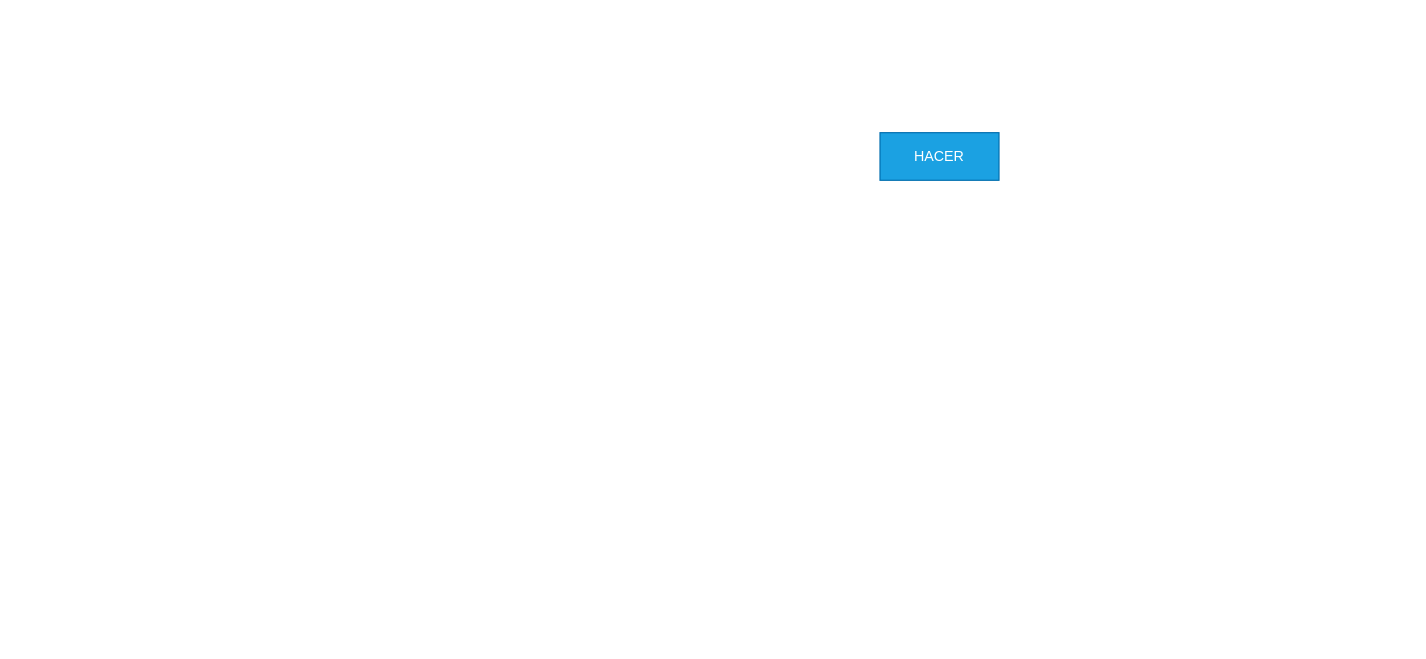
Before: DER.drawio in MarioSigal/TPs-Laboratorio_de_Datos, a draw.io diagram. Source tidied: cells renumbered, new cells numbered last; positions are measured from the earlier drawing's top-left corner, leaving out a move shared by most shapes. Both pictures are drawn from the tidied source at 119%, with x=0, y=0 at pixel (879, 132).
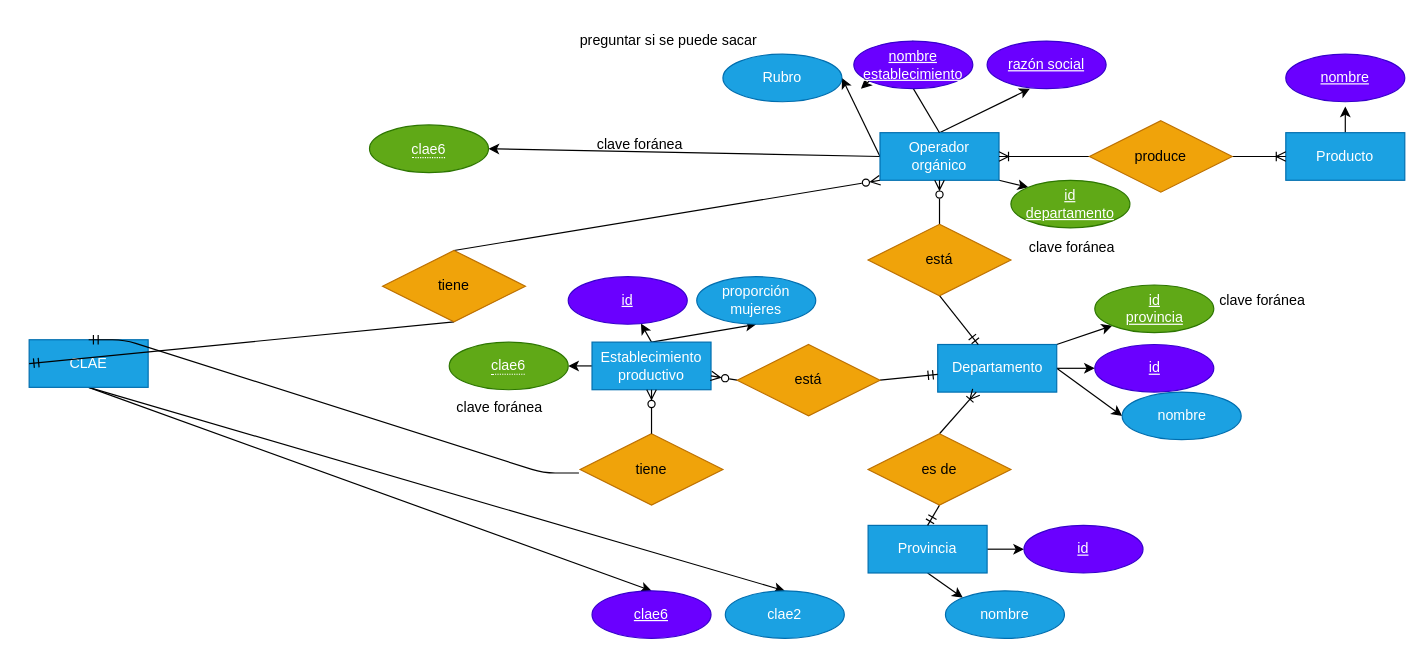
The same page after the edit.

Change to the diagram source:
```diff
@@
+    <mxCell id="3" style="edgeStyle=none;html=1;exitX=0;exitY=0.5;exitDx=0;exitDy=0;entryX=1;entryY=0.5;entryDx=0;entryDy=0;strokeColor=#000000;" parent="1" edge="1" source="2" target="52">
+      <mxGeometry relative="1" as="geometry" />
+    </mxCell>
+    <mxCell id="4" style="edgeStyle=none;html=1;exitX=0.5;exitY=0;exitDx=0;exitDy=0;entryX=0.5;entryY=1;entryDx=0;entryDy=0;strokeColor=#000000;startArrow=none;" parent="1" edge="1" source="42">
+      <mxGeometry relative="1" as="geometry">
+        <mxPoint x="-16" y="-37" as="targetPoint" />
+      </mxGeometry>
+    </mxCell>
+    <mxCell id="5" style="edgeStyle=none;html=1;exitX=0.5;exitY=0;exitDx=0;exitDy=0;entryX=0.5;entryY=1;entryDx=0;entryDy=0;strokeColor=#000000;" parent="1" edge="1" source="2">
+      <mxGeometry relative="1" as="geometry">
+        <mxPoint x="126" y="-37" as="targetPoint" />
+      </mxGeometry>
+    </mxCell>
+    <mxCell id="6" style="edgeStyle=none;html=1;exitX=1;exitY=1;exitDx=0;exitDy=0;entryX=0;entryY=0;entryDx=0;entryDy=0;strokeColor=#000000;fontColor=#000000;startArrow=none;startFill=0;endArrow=classic;endFill=1;" parent="1" edge="1" source="2" target="57">
+      <mxGeometry relative="1" as="geometry" />
+    </mxCell>
+    <mxCell id="7" style="edgeStyle=none;html=1;exitX=0;exitY=0.5;exitDx=0;exitDy=0;entryX=1;entryY=0.5;entryDx=0;entryDy=0;strokeColor=#000000;fontColor=#000000;startArrow=none;startFill=0;endArrow=classic;endFill=1;" parent="1" edge="1" source="2" target="61">
+      <mxGeometry relative="1" as="geometry" />
+    </mxCell>
-    <mxCell id="2" value="HACER" style="whiteSpace=wrap;html=1;align=center;fillColor=#1ba1e2;fontColor=#ffffff;strokeColor=#006EAF;" parent="1" vertex="1">
+    <mxCell id="2" value="Operador&lt;br&gt;orgánico" style="whiteSpace=wrap;html=1;align=center;fillColor=#1ba1e2;fontColor=#ffffff;strokeColor=#006EAF;" parent="1" vertex="1">
       <mxGeometry width="100" height="40" as="geometry" />
     </mxCell>
+    <mxCell id="8" style="edgeStyle=none;html=1;exitX=0.5;exitY=0;exitDx=0;exitDy=0;strokeColor=#000000;" parent="1" edge="1" source="9">
+      <mxGeometry relative="1" as="geometry">
+        <mxPoint x="391" y="-22" as="targetPoint" />
+      </mxGeometry>
+    </mxCell>
+    <mxCell id="9" value="Producto" style="whiteSpace=wrap;html=1;align=center;fillColor=#1ba1e2;fontColor=#ffffff;strokeColor=#006EAF;" parent="1" vertex="1">
+      <mxGeometry x="341" width="100" height="40" as="geometry" />
+    </mxCell>
+    <mxCell id="10" style="edgeStyle=none;html=1;exitX=0;exitY=0.5;exitDx=0;exitDy=0;entryX=1;entryY=0.5;entryDx=0;entryDy=0;strokeColor=#000000;endArrow=ERoneToMany;endFill=0;" parent="1" edge="1" source="12" target="2">
+      <mxGeometry relative="1" as="geometry" />
+    </mxCell>
+    <mxCell id="11" style="edgeStyle=none;html=1;exitX=1;exitY=0.5;exitDx=0;exitDy=0;strokeColor=#000000;endArrow=ERoneToMany;endFill=0;" parent="1" edge="1" source="12" target="9">
+      <mxGeometry relative="1" as="geometry" />
+    </mxCell>
+    <mxCell id="12" value="produce" style="shape=rhombus;perimeter=rhombusPerimeter;whiteSpace=wrap;html=1;align=center;fillColor=#f0a30a;fontColor=#000000;strokeColor=#BD7000;" parent="1" vertex="1">
+      <mxGeometry x="176" y="-10" width="120" height="60" as="geometry" />
+    </mxCell>
+    <mxCell id="13" style="edgeStyle=none;html=1;exitX=1;exitY=0.5;exitDx=0;exitDy=0;entryX=0;entryY=0.5;entryDx=0;entryDy=0;strokeColor=#000000;" parent="1" edge="1" source="16" target="47">
+      <mxGeometry relative="1" as="geometry" />
+    </mxCell>
+    <mxCell id="14" style="edgeStyle=none;html=1;exitX=1;exitY=0.5;exitDx=0;exitDy=0;entryX=0;entryY=0.5;entryDx=0;entryDy=0;strokeColor=#000000;" parent="1" edge="1" source="16" target="44">
+      <mxGeometry relative="1" as="geometry" />
+    </mxCell>
+    <mxCell id="15" style="edgeStyle=none;html=1;exitX=1;exitY=0;exitDx=0;exitDy=0;entryX=0;entryY=1;entryDx=0;entryDy=0;strokeColor=#000000;fontColor=#000000;startArrow=none;startFill=0;endArrow=classic;endFill=1;" parent="1" edge="1" source="16" target="59">
+      <mxGeometry relative="1" as="geometry" />
+    </mxCell>
+    <mxCell id="16" value="Departamento" style="whiteSpace=wrap;html=1;align=center;fillColor=#1ba1e2;fontColor=#ffffff;strokeColor=#006EAF;" parent="1" vertex="1">
+      <mxGeometry x="48.5" y="178" width="100" height="40" as="geometry" />
+    </mxCell>
+    <mxCell id="17" style="edgeStyle=none;html=1;exitX=0.5;exitY=0;exitDx=0;exitDy=0;entryX=0.5;entryY=1;entryDx=0;entryDy=0;strokeColor=#000000;endArrow=ERzeroToMany;endFill=0;" parent="1" edge="1" source="19" target="2">
+      <mxGeometry relative="1" as="geometry" />
+    </mxCell>
+    <mxCell id="18" style="edgeStyle=none;html=1;exitX=0.5;exitY=1;exitDx=0;exitDy=0;strokeColor=#000000;startArrow=none;startFill=0;endArrow=ERmandOne;endFill=0;" parent="1" edge="1" source="19" target="16">
+      <mxGeometry relative="1" as="geometry" />
+    </mxCell>
+    <mxCell id="19" value="está" style="shape=rhombus;perimeter=rhombusPerimeter;whiteSpace=wrap;html=1;align=center;fillColor=#f0a30a;fontColor=#000000;strokeColor=#BD7000;" parent="1" vertex="1">
+      <mxGeometry x="-10" y="77" width="120" height="60" as="geometry" />
+    </mxCell>
+    <mxCell id="20" style="edgeStyle=none;html=1;exitX=1;exitY=0.5;exitDx=0;exitDy=0;strokeColor=#000000;" parent="1" edge="1" source="22" target="45">
+      <mxGeometry relative="1" as="geometry" />
+    </mxCell>
+    <mxCell id="21" style="edgeStyle=none;html=1;exitX=0.5;exitY=1;exitDx=0;exitDy=0;entryX=0;entryY=0;entryDx=0;entryDy=0;strokeColor=#000000;" parent="1" edge="1" source="22" target="46">
+      <mxGeometry relative="1" as="geometry" />
+    </mxCell>
+    <mxCell id="22" value="Provincia" style="whiteSpace=wrap;html=1;align=center;fillColor=#1ba1e2;fontColor=#ffffff;strokeColor=#006EAF;" parent="1" vertex="1">
+      <mxGeometry x="-10" y="330" width="100" height="40" as="geometry" />
+    </mxCell>
+    <mxCell id="23" style="edgeStyle=none;html=1;exitX=0.5;exitY=0;exitDx=0;exitDy=0;strokeColor=#000000;endArrow=ERoneToMany;endFill=0;" parent="1" edge="1" source="25" target="16">
+      <mxGeometry relative="1" as="geometry" />
+    </mxCell>
+    <mxCell id="24" style="edgeStyle=none;html=1;exitX=0.5;exitY=1;exitDx=0;exitDy=0;entryX=0.5;entryY=0;entryDx=0;entryDy=0;strokeColor=#000000;endArrow=ERmandOne;endFill=0;" parent="1" edge="1" source="25" target="22">
+      <mxGeometry relative="1" as="geometry" />
+    </mxCell>
+    <mxCell id="25" value="es de" style="shape=rhombus;perimeter=rhombusPerimeter;whiteSpace=wrap;html=1;align=center;fillColor=#f0a30a;fontColor=#000000;strokeColor=#BD7000;" parent="1" vertex="1">
+      <mxGeometry x="-10" y="253" width="120" height="60" as="geometry" />
+    </mxCell>
+    <mxCell id="26" style="edgeStyle=none;html=1;exitX=0.5;exitY=0;exitDx=0;exitDy=0;strokeColor=#000000;" parent="1" edge="1" source="29" target="43">
+      <mxGeometry relative="1" as="geometry" />
+    </mxCell>
+    <mxCell id="27" style="edgeStyle=none;html=1;exitX=0.5;exitY=0;exitDx=0;exitDy=0;entryX=0.5;entryY=1;entryDx=0;entryDy=0;strokeColor=#000000;" parent="1" edge="1" source="29" target="49">
+      <mxGeometry relative="1" as="geometry" />
+    </mxCell>
+    <mxCell id="28" style="edgeStyle=none;html=1;exitX=0;exitY=0.5;exitDx=0;exitDy=0;entryX=1;entryY=0.5;entryDx=0;entryDy=0;strokeColor=#000000;" parent="1" edge="1" source="29" target="53">
+      <mxGeometry relative="1" as="geometry" />
+    </mxCell>
+    <mxCell id="29" value="Establecimiento&lt;br&gt;productivo" style="whiteSpace=wrap;html=1;align=center;fillColor=#1ba1e2;fontColor=#ffffff;strokeColor=#006EAF;" parent="1" vertex="1">
+      <mxGeometry x="-242" y="176" width="100" height="40" as="geometry" />
+    </mxCell>
+    <mxCell id="30" style="edgeStyle=none;html=1;exitX=0;exitY=0.5;exitDx=0;exitDy=0;strokeColor=#000000;fontColor=#000000;startArrow=none;startFill=0;endArrow=ERzeroToMany;endFill=0;" parent="1" edge="1" source="32" target="29">
+      <mxGeometry relative="1" as="geometry" />
+    </mxCell>
+    <mxCell id="31" style="edgeStyle=none;html=1;exitX=1;exitY=0.5;exitDx=0;exitDy=0;strokeColor=#000000;fontColor=#000000;startArrow=none;startFill=0;endArrow=ERmandOne;endFill=0;" parent="1" edge="1" source="32" target="16">
+      <mxGeometry relative="1" as="geometry" />
+    </mxCell>
+    <mxCell id="32" value="está" style="shape=rhombus;perimeter=rhombusPerimeter;whiteSpace=wrap;html=1;align=center;fillColor=#f0a30a;fontColor=#000000;strokeColor=#BD7000;" parent="1" vertex="1">
+      <mxGeometry x="-120" y="178" width="120" height="60" as="geometry" />
+    </mxCell>
+    <mxCell id="33" style="edgeStyle=none;html=1;exitX=0.5;exitY=1;exitDx=0;exitDy=0;entryX=0.5;entryY=0;entryDx=0;entryDy=0;strokeColor=#000000;" parent="1" edge="1" source="35" target="50">
+      <mxGeometry relative="1" as="geometry" />
+    </mxCell>
+    <mxCell id="34" style="edgeStyle=none;html=1;exitX=0.5;exitY=1;exitDx=0;exitDy=0;entryX=0.5;entryY=0;entryDx=0;entryDy=0;strokeColor=#000000;" parent="1" edge="1" source="35" target="51">
+      <mxGeometry relative="1" as="geometry" />
+    </mxCell>
+    <mxCell id="35" value="CLAE" style="whiteSpace=wrap;html=1;align=center;fillColor=#1ba1e2;fontColor=#ffffff;strokeColor=#006EAF;" parent="1" vertex="1">
+      <mxGeometry x="-715" y="174" width="100" height="40" as="geometry" />
+    </mxCell>
+    <mxCell id="36" value="tiene" style="shape=rhombus;perimeter=rhombusPerimeter;whiteSpace=wrap;html=1;align=center;fillColor=#f0a30a;fontColor=#000000;strokeColor=#BD7000;" parent="1" vertex="1">
+      <mxGeometry x="-252" y="253" width="120" height="60" as="geometry" />
+    </mxCell>
+    <mxCell id="37" style="edgeStyle=none;html=1;exitX=0.5;exitY=1;exitDx=0;exitDy=0;entryX=0;entryY=0.5;entryDx=0;entryDy=0;strokeColor=#000000;endArrow=ERmandOne;endFill=0;" parent="1" edge="1" source="39" target="35">
+      <mxGeometry relative="1" as="geometry" />
+    </mxCell>
+    <mxCell id="38" style="edgeStyle=none;html=1;exitX=0.5;exitY=0;exitDx=0;exitDy=0;entryX=0;entryY=1;entryDx=0;entryDy=0;strokeColor=#000000;endArrow=ERzeroToMany;endFill=0;" parent="1" edge="1" source="39" target="2">
+      <mxGeometry relative="1" as="geometry" />
+    </mxCell>
+    <mxCell id="39" value="tiene" style="shape=rhombus;perimeter=rhombusPerimeter;whiteSpace=wrap;html=1;align=center;fillColor=#f0a30a;fontColor=#000000;strokeColor=#BD7000;" parent="1" vertex="1">
+      <mxGeometry x="-418" y="99" width="120" height="60" as="geometry" />
+    </mxCell>
+    <mxCell id="40" value="&lt;span style=&quot;color: rgb(255, 255, 255);&quot;&gt;razón social&lt;/span&gt;" style="ellipse;whiteSpace=wrap;html=1;align=center;fontStyle=4;fillColor=#6a00ff;fontColor=#ffffff;strokeColor=#3700CC;" parent="1" vertex="1">
+      <mxGeometry x="90" y="-77" width="100" height="40" as="geometry" />
+    </mxCell>
+    <mxCell id="41" style="edgeStyle=none;html=1;exitX=0.5;exitY=0;exitDx=0;exitDy=0;entryX=0.5;entryY=1;entryDx=0;entryDy=0;strokeColor=#000000;endArrow=none;" parent="1" edge="1" source="2" target="42">
+      <mxGeometry relative="1" as="geometry" />
+    </mxCell>
+    <mxCell id="42" value="&lt;span style=&quot;color: rgb(255, 255, 255);&quot;&gt;nombre&lt;/span&gt;&lt;br style=&quot;color: rgb(255, 255, 255);&quot;&gt;&lt;span style=&quot;color: rgb(255, 255, 255);&quot;&gt;establecimiento&lt;/span&gt;" style="ellipse;whiteSpace=wrap;html=1;align=center;fontStyle=4;fillColor=#6a00ff;fontColor=#ffffff;strokeColor=#3700CC;" parent="1" vertex="1">
+      <mxGeometry x="-22" y="-77" width="100" height="40" as="geometry" />
+    </mxCell>
+    <mxCell id="43" value="id" style="ellipse;whiteSpace=wrap;html=1;align=center;fontStyle=4;fillColor=#6a00ff;fontColor=#ffffff;strokeColor=#3700CC;" parent="1" vertex="1">
+      <mxGeometry x="-262" y="121" width="100" height="40" as="geometry" />
+    </mxCell>
+    <mxCell id="44" value="id" style="ellipse;whiteSpace=wrap;html=1;align=center;fontStyle=4;fillColor=#6a00ff;fontColor=#ffffff;strokeColor=#3700CC;" parent="1" vertex="1">
+      <mxGeometry x="180.5" y="178" width="100" height="40" as="geometry" />
+    </mxCell>
+    <mxCell id="45" value="id" style="ellipse;whiteSpace=wrap;html=1;align=center;fontStyle=4;fillColor=#6a00ff;fontColor=#ffffff;strokeColor=#3700CC;" parent="1" vertex="1">
+      <mxGeometry x="121" y="330" width="100" height="40" as="geometry" />
+    </mxCell>
+    <mxCell id="46" value="nombre" style="ellipse;whiteSpace=wrap;html=1;align=center;fillColor=#1ba1e2;fontColor=#ffffff;strokeColor=#006EAF;" parent="1" vertex="1">
+      <mxGeometry x="55" y="385" width="100" height="40" as="geometry" />
+    </mxCell>
+    <mxCell id="47" value="nombre" style="ellipse;whiteSpace=wrap;html=1;align=center;fillColor=#1ba1e2;fontColor=#ffffff;strokeColor=#006EAF;" parent="1" vertex="1">
+      <mxGeometry x="203.5" y="218" width="100" height="40" as="geometry" />
+    </mxCell>
+    <mxCell id="48" value="nombre" style="ellipse;whiteSpace=wrap;html=1;align=center;fontStyle=4;fillColor=#6a00ff;fontColor=#ffffff;strokeColor=#3700CC;" parent="1" vertex="1">
+      <mxGeometry x="341" y="-66" width="100" height="40" as="geometry" />
+    </mxCell>
+    <mxCell id="49" value="proporción&lt;br&gt;mujeres" style="ellipse;whiteSpace=wrap;html=1;align=center;fillColor=#1ba1e2;fontColor=#ffffff;strokeColor=#006EAF;" parent="1" vertex="1">
+      <mxGeometry x="-154" y="121" width="100" height="40" as="geometry" />
+    </mxCell>
+    <mxCell id="50" value="clae6" style="ellipse;whiteSpace=wrap;html=1;align=center;fontStyle=4;fillColor=#6a00ff;fontColor=#ffffff;strokeColor=#3700CC;" parent="1" vertex="1">
+      <mxGeometry x="-242" y="385" width="100" height="40" as="geometry" />
+    </mxCell>
+    <mxCell id="51" value="clae2" style="ellipse;whiteSpace=wrap;html=1;align=center;fillColor=#1ba1e2;fontColor=#ffffff;strokeColor=#006EAF;" parent="1" vertex="1">
+      <mxGeometry x="-130" y="385" width="100" height="40" as="geometry" />
+    </mxCell>
+    <mxCell id="52" value="Rubro" style="ellipse;whiteSpace=wrap;html=1;align=center;fillColor=#1ba1e2;fontColor=#ffffff;strokeColor=#006EAF;" parent="1" vertex="1">
+      <mxGeometry x="-132" y="-66" width="100" height="40" as="geometry" />
+    </mxCell>
+    <mxCell id="53" value="&lt;span style=&quot;border-bottom: 1px dotted&quot;&gt;clae6&lt;/span&gt;" style="ellipse;whiteSpace=wrap;html=1;align=center;fillColor=#60a917;fontColor=#ffffff;strokeColor=#2D7600;" parent="1" vertex="1">
+      <mxGeometry x="-362" y="176" width="100" height="40" as="geometry" />
+    </mxCell>
+    <mxCell id="54" value="&lt;font color=&quot;#000000&quot;&gt;clave foránea&lt;/font&gt;" style="text;html=1;align=center;verticalAlign=middle;strokeColor=none;fillColor=none;" parent="1" vertex="1">
+      <mxGeometry x="-370" y="214" width="99" height="33" as="geometry" />
+    </mxCell>
+    <mxCell id="55" style="fontSize=12;html=1;endArrow=ERzeroToMany;endFill=1;strokeColor=#000000;fontColor=#000000;entryX=0.5;entryY=1;entryDx=0;entryDy=0;exitX=0.5;exitY=0;exitDx=0;exitDy=0;" parent="1" edge="1" source="36" target="29">
+      <mxGeometry relative="1" as="geometry" />
+    </mxCell>
+    <mxCell id="56" style="edgeStyle=entityRelationEdgeStyle;fontSize=12;html=1;endArrow=none;startArrow=ERmandOne;strokeColor=#000000;fontColor=#000000;startFill=0;endFill=0;exitX=0.5;exitY=0;exitDx=0;exitDy=0;" parent="1" edge="1" source="35">
+      <mxGeometry relative="1" as="geometry">
+        <mxPoint x="-253" y="286" as="targetPoint" />
+      </mxGeometry>
+    </mxCell>
+    <mxCell id="57" value="id&lt;br&gt;departamento" style="ellipse;whiteSpace=wrap;html=1;align=center;fontStyle=4;fillColor=#60a917;fontColor=#ffffff;strokeColor=#2D7600;" parent="1" vertex="1">
+      <mxGeometry x="110" y="40" width="100" height="40" as="geometry" />
+    </mxCell>
+    <mxCell id="58" value="&lt;font color=&quot;#000000&quot;&gt;clave foránea&lt;/font&gt;" style="text;html=1;align=center;verticalAlign=middle;strokeColor=none;fillColor=none;" parent="1" vertex="1">
+      <mxGeometry x="111" y="80" width="99" height="33" as="geometry" />
+    </mxCell>
+    <mxCell id="59" value="id&lt;br&gt;provincia" style="ellipse;whiteSpace=wrap;html=1;align=center;fontStyle=4;fillColor=#60a917;fontColor=#ffffff;strokeColor=#2D7600;" parent="1" vertex="1">
+      <mxGeometry x="180.5" y="128" width="100" height="40" as="geometry" />
+    </mxCell>
+    <mxCell id="60" value="&lt;font color=&quot;#000000&quot;&gt;clave foránea&lt;/font&gt;" style="text;html=1;align=center;verticalAlign=middle;strokeColor=none;fillColor=none;" parent="1" vertex="1">
+      <mxGeometry x="271" y="124.5" width="99" height="33" as="geometry" />
+    </mxCell>
+    <mxCell id="61" value="&lt;span style=&quot;border-bottom: 1px dotted&quot;&gt;clae6&lt;/span&gt;" style="ellipse;whiteSpace=wrap;html=1;align=center;fillColor=#60a917;fontColor=#ffffff;strokeColor=#2D7600;" parent="1" vertex="1">
+      <mxGeometry x="-429" y="-6.5" width="100" height="40" as="geometry" />
+    </mxCell>
+    <mxCell id="62" value="preguntar si se puede sacar" style="text;html=1;align=center;verticalAlign=middle;strokeColor=none;fillColor=none;fontColor=#000000;" parent="1" vertex="1">
+      <mxGeometry x="-266" y="-94" width="176" height="33" as="geometry" />
+    </mxCell>
+    <mxCell id="63" value="&lt;font color=&quot;#000000&quot;&gt;clave foránea&lt;/font&gt;" style="text;html=1;align=center;verticalAlign=middle;strokeColor=none;fillColor=none;" parent="1" vertex="1">
+      <mxGeometry x="-252" y="-6.5" width="99" height="33" as="geometry" />
+    </mxCell>
```
